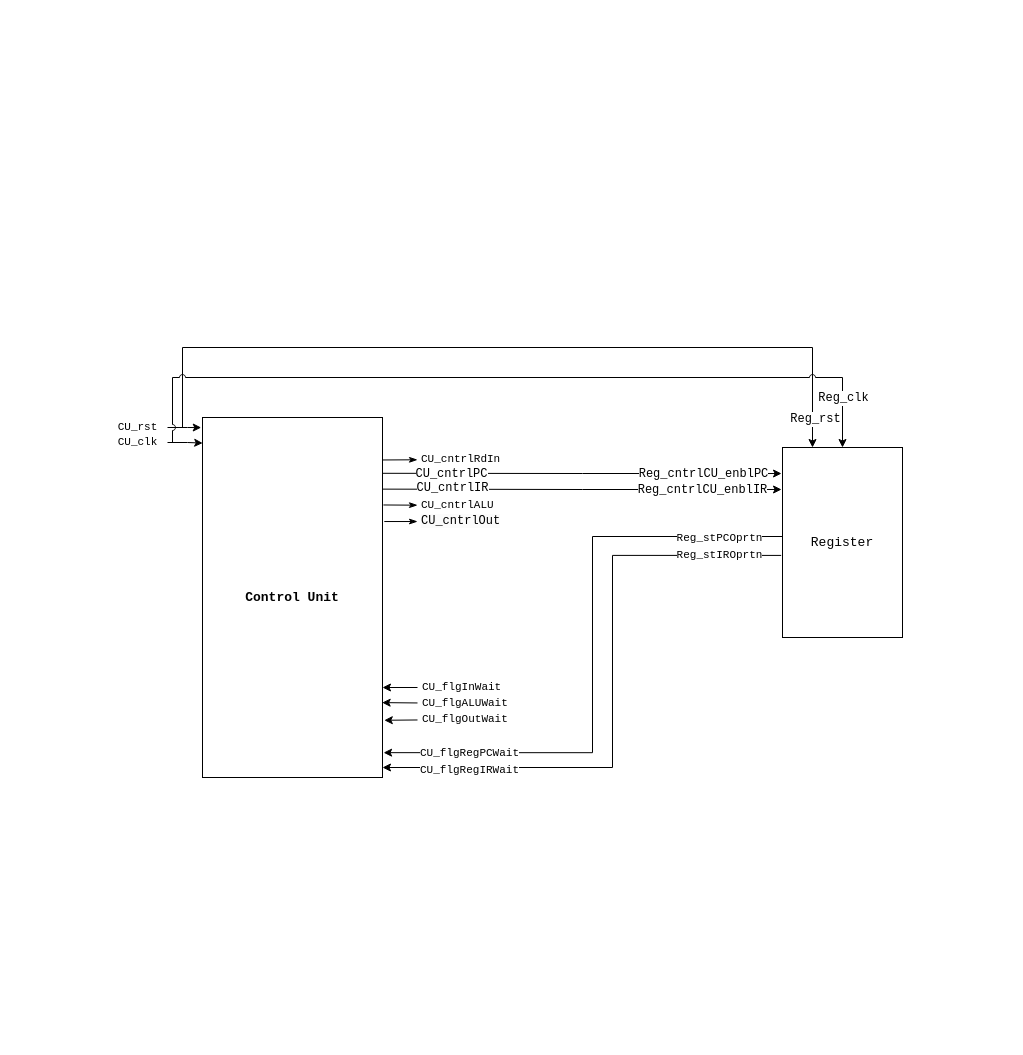
Above: page "Block Diagram" (3 of 4) of 04_ControlUnit_v1/CPU_Design.drawio in Vichu95/Basic_CPU_FPGA (draw.io), before the change. Source tidied: cells renumbered, new cells numbered last; positions are measured from the earlier drawing's top-left corner, leaving out a move shared by most shapes. Both pictures are drawn from the tidied source at 100%, with x=0, y=0 at pixel (107, 347).
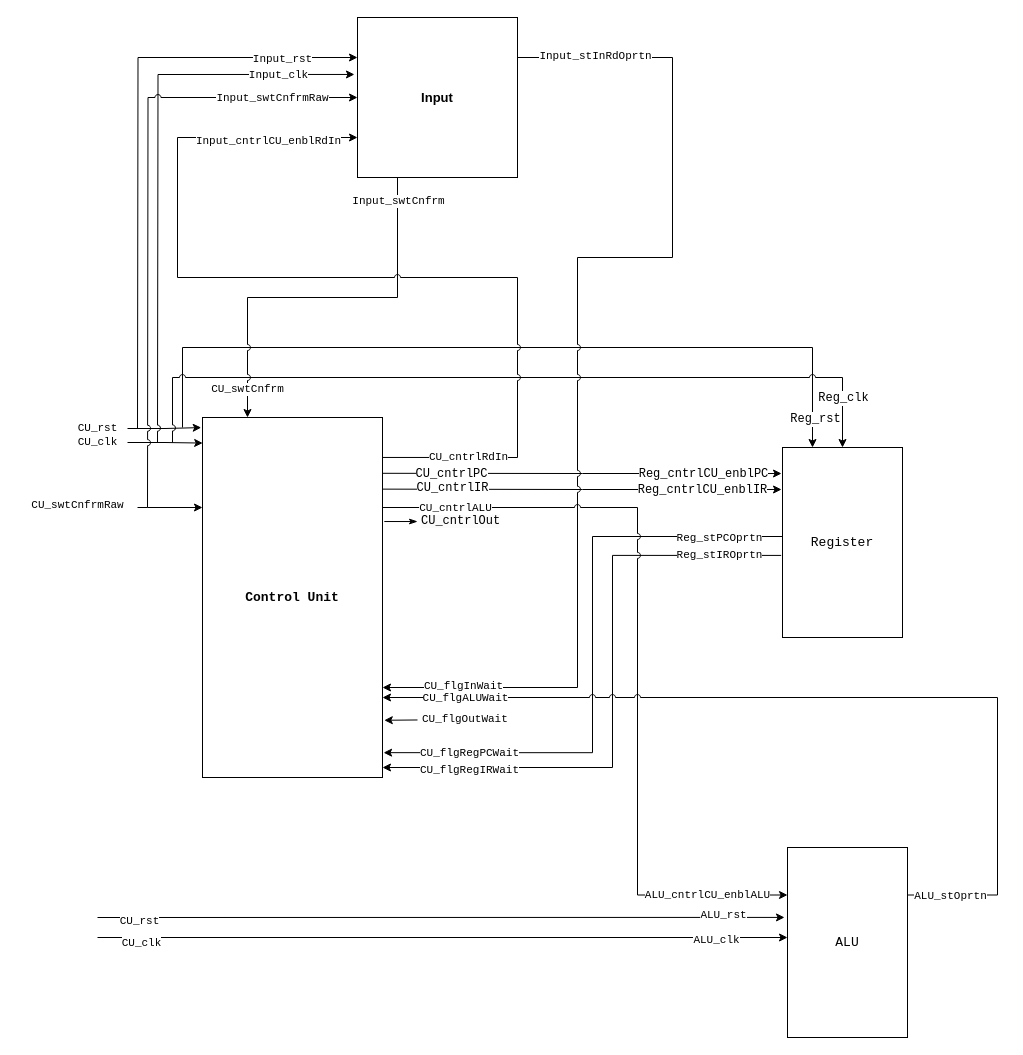
Above is the later version.

Commit message (it also covers changes not shown here):
Added basic Input and ALU to block diagram

Unchanged cells that the change refers to:
```xml
<mxCell id="2" value="&lt;b&gt;&lt;font style=&quot;font-size: 13px;&quot;&gt;Control Unit&lt;/font&gt;&lt;/b&gt;" style="rounded=0;whiteSpace=wrap;html=1;fontFamily=Courier New;fontSize=11;" parent="1" vertex="1">
  <mxGeometry x="95" y="70" width="180" height="360" as="geometry" />
</mxCell>
```

The edit, as a diff of the source:
```diff
@@
     <mxCell id="4" value="CU_rst" style="text;html=1;align=center;verticalAlign=middle;points=[];strokeColor=none;fillColor=none;fontSize=11;fontFamily=Courier New;" parent="1" vertex="1">
-      <mxGeometry y="65" width="60" height="30" as="geometry" />
+      <mxGeometry x="-40" y="66" width="60" height="30" as="geometry" />
     </mxCell>
@@
     <mxCell id="6" value="CU_clk" style="text;html=1;align=center;verticalAlign=middle;points=[];strokeColor=none;fillColor=none;fontSize=11;fontFamily=Courier New;" parent="1" vertex="1">
-      <mxGeometry y="80" width="60" height="30" as="geometry" />
+      <mxGeometry x="-40" y="80" width="60" height="30" as="geometry" />
     </mxCell>
-    <mxCell id="7" style="rounded=0;jettySize=auto;html=1;fontFamily=Courier New;fontSize=11;startArrow=classicThin;startFill=1;endArrow=none;endFill=0;targetPerimeterSpacing=0;entryX=0.999;entryY=0.118;entryDx=0;entryDy=0;entryPerimeter=0;endSize=6;strokeWidth=1;startSize=6;sourcePerimeterSpacing=0;" parent="1" edge="1" source="8" target="2">
-      <mxGeometry relative="1" as="geometry" />
-    </mxCell>
-    <mxCell id="8" value="CU_cntrlRdIn" style="text;html=1;align=left;verticalAlign=middle;points=[];strokeColor=none;fillColor=none;fontSize=11;fontFamily=Courier New;spacingLeft=2;" parent="1" vertex="1">
-      <mxGeometry x="310" y="97" width="100" height="30" as="geometry" />
-    </mxCell>
-    <mxCell id="9" style="rounded=0;jettySize=auto;html=1;fontFamily=Courier New;fontSize=11;startArrow=classicThin;startFill=1;endArrow=none;endFill=0;targetPerimeterSpacing=0;entryX=1.005;entryY=0.243;entryDx=0;entryDy=0;entryPerimeter=0;endSize=6;strokeWidth=1;startSize=6;sourcePerimeterSpacing=0;" parent="1" edge="1" source="10" target="2">
-      <mxGeometry relative="1" as="geometry" />
-    </mxCell>
-    <mxCell id="10" value="CU_cntrlALU" style="text;html=1;align=left;verticalAlign=middle;points=[];strokeColor=none;fillColor=none;fontSize=11;fontFamily=Courier New;spacingLeft=2;" parent="1" vertex="1">
-      <mxGeometry x="310" y="143" width="100" height="30" as="geometry" />
-    </mxCell>
@@
-    <mxCell id="13" style="edgeStyle=orthogonalEdgeStyle;rounded=0;jettySize=auto;html=1;fontFamily=Courier New;fontSize=11;startArrow=none;startFill=0;endArrow=classic;endFill=1;targetPerimeterSpacing=0;entryX=1;entryY=0.75;entryDx=0;entryDy=0;endSize=6;sourcePerimeterSpacing=0;" parent="1" edge="1" source="14" target="2">
-      <mxGeometry relative="1" as="geometry" />
-    </mxCell>
-    <mxCell id="14" value="CU_flgInWait" style="text;html=1;align=left;verticalAlign=middle;points=[];strokeColor=none;fillColor=none;fontSize=11;fontFamily=Courier New;spacingLeft=3;" parent="1" vertex="1">
-      <mxGeometry x="310" y="325" width="100" height="30" as="geometry" />
-    </mxCell>
-    <mxCell id="15" style="edgeStyle=none;rounded=0;jettySize=auto;html=1;fontFamily=Courier New;fontSize=11;startArrow=none;startFill=0;endArrow=classic;endFill=1;targetPerimeterSpacing=0;entryX=0.998;entryY=0.792;entryDx=0;entryDy=0;entryPerimeter=0;endSize=6;sourcePerimeterSpacing=0;" parent="1" edge="1" source="16" target="2">
-      <mxGeometry relative="1" as="geometry" />
-    </mxCell>
-    <mxCell id="16" value="CU_flgALUWait" style="text;html=1;align=left;verticalAlign=middle;points=[];strokeColor=none;fillColor=none;fontSize=11;fontFamily=Courier New;spacingLeft=3;" parent="1" vertex="1">
-      <mxGeometry x="310" y="341" width="110" height="30" as="geometry" />
-    </mxCell>
@@
+    <mxCell id="36" style="edgeStyle=orthogonalEdgeStyle;rounded=0;jettySize=auto;html=1;exitX=0;exitY=0.25;exitDx=0;exitDy=0;fontSize=13;endArrow=none;endFill=0;startArrow=classic;startFill=1;" parent="1" edge="1" source="49">
+      <mxGeometry relative="1" as="geometry">
+        <mxPoint x="30" y="81" as="targetPoint" />
+      </mxGeometry>
+    </mxCell>
+    <mxCell id="37" value="Input_rst" style="edgeLabel;html=1;align=center;verticalAlign=middle;fontSize=11;fontFamily=Courier New;" parent="36" vertex="1">
+      <mxGeometry x="-0.8" y="1" relative="1" as="geometry">
+        <mxPoint x="-17" as="offset" />
+      </mxGeometry>
+    </mxCell>
+    <mxCell id="38" style="edgeStyle=orthogonalEdgeStyle;rounded=0;jettySize=auto;html=1;exitX=-0.019;exitY=0.356;exitDx=0;exitDy=0;fontSize=13;endArrow=none;endFill=0;exitPerimeter=0;startArrow=classic;startFill=1;jumpStyle=arc;" parent="1" edge="1" source="49">
+      <mxGeometry relative="1" as="geometry">
+        <mxPoint x="50" y="95" as="targetPoint" />
+      </mxGeometry>
+    </mxCell>
+    <mxCell id="39" value="Input_clk" style="edgeLabel;html=1;align=center;verticalAlign=middle;fontSize=11;fontFamily=Courier New;" parent="38" vertex="1">
+      <mxGeometry x="-0.77" y="1" relative="1" as="geometry">
+        <mxPoint x="-11" as="offset" />
+      </mxGeometry>
+    </mxCell>
+    <mxCell id="40" style="edgeStyle=orthogonalEdgeStyle;rounded=0;jettySize=auto;html=1;exitX=0;exitY=0.5;exitDx=0;exitDy=0;fontFamily=Courier New;fontSize=11;startArrow=classic;startFill=1;endArrow=none;endFill=0;jumpStyle=arc;" parent="1" edge="1" source="49">
+      <mxGeometry relative="1" as="geometry">
+        <mxPoint x="40" y="160" as="targetPoint" />
+      </mxGeometry>
+    </mxCell>
+    <mxCell id="41" value="Input_swtCnfrmRaw" style="edgeLabel;html=1;align=center;verticalAlign=middle;fontSize=11;fontFamily=Courier New;" parent="40" vertex="1">
+      <mxGeometry x="-0.77" y="-1" relative="1" as="geometry">
+        <mxPoint x="-15" y="1" as="offset" />
+      </mxGeometry>
+    </mxCell>
+    <mxCell id="42" style="edgeStyle=orthogonalEdgeStyle;rounded=0;jumpStyle=arc;jettySize=auto;html=1;exitX=0.25;exitY=1;exitDx=0;exitDy=0;entryX=0.25;entryY=0;entryDx=0;entryDy=0;fontFamily=Courier New;fontSize=11;startArrow=none;startFill=0;endArrow=classic;endFill=1;" parent="1" edge="1" source="49" target="2">
+      <mxGeometry relative="1" as="geometry" />
+    </mxCell>
+    <mxCell id="43" value="Input_swtCnfrm" style="edgeLabel;html=1;align=center;verticalAlign=middle;fontSize=11;fontFamily=Courier New;" parent="42" vertex="1">
+      <mxGeometry x="-0.88" relative="1" as="geometry" />
+    </mxCell>
+    <mxCell id="44" value="CU_swtCnfrm" style="edgeLabel;html=1;align=center;verticalAlign=middle;fontSize=11;fontFamily=Courier New;" parent="42" vertex="1">
+      <mxGeometry x="0.85" y="-1" relative="1" as="geometry" />
+    </mxCell>
+    <mxCell id="45" style="edgeStyle=orthogonalEdgeStyle;rounded=0;jumpStyle=arc;jettySize=auto;html=1;exitX=0;exitY=0.75;exitDx=0;exitDy=0;entryX=0.998;entryY=0.111;entryDx=0;entryDy=0;entryPerimeter=0;fontFamily=Courier New;fontSize=11;startArrow=classic;startFill=1;endArrow=none;endFill=0;" parent="1" edge="1" source="49" target="2">
+      <mxGeometry relative="1" as="geometry">
+        <Array as="points">
+          <mxPoint x="70" y="-210" />
+          <mxPoint x="70" y="-70" />
+          <mxPoint x="410" y="-70" />
+          <mxPoint x="410" y="110" />
+        </Array>
+      </mxGeometry>
+    </mxCell>
+    <mxCell id="8" value="CU_cntrlRdIn" style="edgeLabel;html=1;align=center;verticalAlign=middle;points=[];fontSize=11;fontFamily=Courier New;" parent="45" vertex="1">
+      <mxGeometry x="0.89" y="-2" relative="1" as="geometry">
+        <mxPoint x="32" y="2" as="offset" />
+      </mxGeometry>
+    </mxCell>
+    <mxCell id="46" value="Input_cntrlCU_enblRdIn" style="edgeLabel;html=1;align=center;verticalAlign=middle;fontSize=11;fontFamily=Courier New;" parent="45" vertex="1">
+      <mxGeometry x="-0.84" y="3" relative="1" as="geometry">
+        <mxPoint x="-12" as="offset" />
+      </mxGeometry>
+    </mxCell>
+    <mxCell id="47" style="edgeStyle=orthogonalEdgeStyle;rounded=0;jumpStyle=arc;jettySize=auto;html=1;exitX=1;exitY=0.25;exitDx=0;exitDy=0;entryX=1;entryY=0.75;entryDx=0;entryDy=0;fontFamily=Courier New;fontSize=11;startArrow=none;startFill=0;endArrow=classic;endFill=1;" parent="1" edge="1" source="49" target="2">
+      <mxGeometry relative="1" as="geometry">
+        <Array as="points">
+          <mxPoint x="565" y="-290" />
+          <mxPoint x="565" y="-90" />
+          <mxPoint x="470" y="-90" />
+          <mxPoint x="470" y="340" />
+        </Array>
+      </mxGeometry>
+    </mxCell>
+    <mxCell id="14" value="CU_flgInWait" style="edgeLabel;html=1;align=center;verticalAlign=middle;points=[];fontSize=11;fontFamily=Courier New;" parent="47" vertex="1">
+      <mxGeometry x="0.64" y="-2" relative="1" as="geometry">
+        <mxPoint x="-113" as="offset" />
+      </mxGeometry>
+    </mxCell>
+    <mxCell id="48" value="Input_stInRdOprtn" style="edgeLabel;html=1;align=center;verticalAlign=middle;fontSize=11;fontFamily=Courier New;" parent="47" vertex="1">
+      <mxGeometry x="-0.9" y="2" relative="1" as="geometry">
+        <mxPoint x="23" as="offset" />
+      </mxGeometry>
+    </mxCell>
+    <mxCell id="49" value="&lt;font style=&quot;font-size: 13px;&quot;&gt;&lt;b&gt;Input&lt;/b&gt;&lt;/font&gt;" style="rounded=0;whiteSpace=wrap;html=1;" parent="1" vertex="1">
+      <mxGeometry x="250" y="-330" width="160" height="160" as="geometry" />
+    </mxCell>
+    <mxCell id="50" style="edgeStyle=orthogonalEdgeStyle;rounded=0;jettySize=auto;html=1;fontFamily=Courier New;fontSize=11;startArrow=none;startFill=0;endArrow=classic;endFill=1;entryX=0;entryY=0.25;entryDx=0;entryDy=0;" parent="1" edge="1" source="51" target="2">
+      <mxGeometry relative="1" as="geometry">
+        <Array as="points">
+          <mxPoint x="40" y="160" />
+          <mxPoint x="40" y="160" />
+        </Array>
+      </mxGeometry>
+    </mxCell>
+    <mxCell id="51" value="CU_swtCnfrmRaw" style="text;html=1;align=center;verticalAlign=middle;points=[];strokeColor=none;fillColor=none;fontSize=11;fontFamily=Courier New;" parent="1" vertex="1">
+      <mxGeometry x="-90" y="143" width="120" height="30" as="geometry" />
+    </mxCell>
+    <mxCell id="52" style="edgeStyle=orthogonalEdgeStyle;rounded=0;jumpStyle=arc;jettySize=auto;html=1;fontFamily=Courier New;fontSize=11;startArrow=classic;startFill=1;endArrow=none;endFill=0;exitX=-0.025;exitY=0.368;exitDx=0;exitDy=0;exitPerimeter=0;" parent="1" edge="1" source="62">
+      <mxGeometry relative="1" as="geometry">
+        <mxPoint x="-10" y="570" as="targetPoint" />
+      </mxGeometry>
+    </mxCell>
+    <mxCell id="53" value="CU_rst" style="edgeLabel;html=1;align=center;verticalAlign=middle;fontSize=11;fontFamily=Courier New;" parent="52" vertex="1">
+      <mxGeometry x="0.92" y="3" relative="1" as="geometry">
+        <mxPoint x="14" as="offset" />
+      </mxGeometry>
+    </mxCell>
+    <mxCell id="54" value="ALU_rst" style="edgeLabel;html=1;align=center;verticalAlign=middle;fontSize=11;fontFamily=Courier New;" parent="52" vertex="1">
+      <mxGeometry x="-0.84" y="-2" relative="1" as="geometry">
+        <mxPoint x="-7" as="offset" />
+      </mxGeometry>
+    </mxCell>
+    <mxCell id="55" style="edgeStyle=orthogonalEdgeStyle;rounded=0;jumpStyle=arc;jettySize=auto;html=1;fontFamily=Courier New;fontSize=11;startArrow=classic;startFill=1;endArrow=none;endFill=0;" parent="1" edge="1" source="62">
+      <mxGeometry relative="1" as="geometry">
+        <mxPoint x="-10" y="590" as="targetPoint" />
+        <Array as="points">
+          <mxPoint x="-10" y="591" />
+        </Array>
+      </mxGeometry>
+    </mxCell>
+    <mxCell id="56" value="CU_clk" style="edgeLabel;html=1;align=center;verticalAlign=middle;fontSize=11;fontFamily=Courier New;" parent="55" vertex="1">
+      <mxGeometry x="0.94" y="1" relative="1" as="geometry">
+        <mxPoint x="22" y="4" as="offset" />
+      </mxGeometry>
+    </mxCell>
+    <mxCell id="57" value="ALU_clk" style="edgeLabel;html=1;align=center;verticalAlign=middle;fontSize=11;fontFamily=Courier New;" parent="55" vertex="1">
+      <mxGeometry x="-0.79" y="2" relative="1" as="geometry" />
+    </mxCell>
+    <mxCell id="58" style="edgeStyle=orthogonalEdgeStyle;rounded=0;jumpStyle=arc;jettySize=auto;html=1;exitX=0;exitY=0.25;exitDx=0;exitDy=0;entryX=1;entryY=0.25;entryDx=0;entryDy=0;fontFamily=Courier New;fontSize=11;startArrow=classic;startFill=1;endArrow=none;endFill=0;" parent="1" edge="1" source="62" target="2">
+      <mxGeometry relative="1" as="geometry">
+        <Array as="points">
+          <mxPoint x="530" y="548" />
+          <mxPoint x="530" y="160" />
+        </Array>
+      </mxGeometry>
+    </mxCell>
+    <mxCell id="10" value="CU_cntrlALU" style="edgeLabel;html=1;align=center;verticalAlign=middle;points=[];fontSize=11;fontFamily=Courier New;" parent="58" vertex="1">
+      <mxGeometry x="0.85" relative="1" as="geometry">
+        <mxPoint x="13" as="offset" />
+      </mxGeometry>
+    </mxCell>
+    <mxCell id="59" value="ALU_cntrlCU_enblALU" style="edgeLabel;html=1;align=center;verticalAlign=middle;fontSize=11;fontFamily=Courier New;" parent="58" vertex="1">
+      <mxGeometry x="-0.76" relative="1" as="geometry">
+        <mxPoint x="14" as="offset" />
+      </mxGeometry>
+    </mxCell>
+    <mxCell id="60" style="edgeStyle=orthogonalEdgeStyle;rounded=0;jumpStyle=arc;jettySize=auto;html=1;exitX=1;exitY=0.25;exitDx=0;exitDy=0;fontFamily=Courier New;fontSize=11;startArrow=none;startFill=0;endArrow=classic;endFill=1;" parent="1" edge="1" source="62" target="2">
+      <mxGeometry relative="1" as="geometry">
+        <Array as="points">
+          <mxPoint x="890" y="548" />
+          <mxPoint x="890" y="350" />
+        </Array>
+      </mxGeometry>
+    </mxCell>
+    <mxCell id="16" value="CU_flgALUWait" style="edgeLabel;html=1;align=center;verticalAlign=middle;points=[];fontSize=11;fontFamily=Courier New;" parent="60" vertex="1">
+      <mxGeometry x="0.78" relative="1" as="geometry">
+        <mxPoint x="-17" as="offset" />
+      </mxGeometry>
+    </mxCell>
+    <mxCell id="61" value="ALU_stOprtn" style="edgeLabel;html=1;align=center;verticalAlign=middle;fontSize=11;fontFamily=Courier New;" parent="60" vertex="1">
+      <mxGeometry x="-0.94" relative="1" as="geometry">
+        <mxPoint x="15" y="1" as="offset" />
+      </mxGeometry>
+    </mxCell>
+    <mxCell id="62" value="ALU" style="whiteSpace=wrap;html=1;fontFamily=Courier New;fontSize=13;" parent="1" vertex="1">
+      <mxGeometry x="680" y="500" width="120" height="190" as="geometry" />
+    </mxCell>
```
